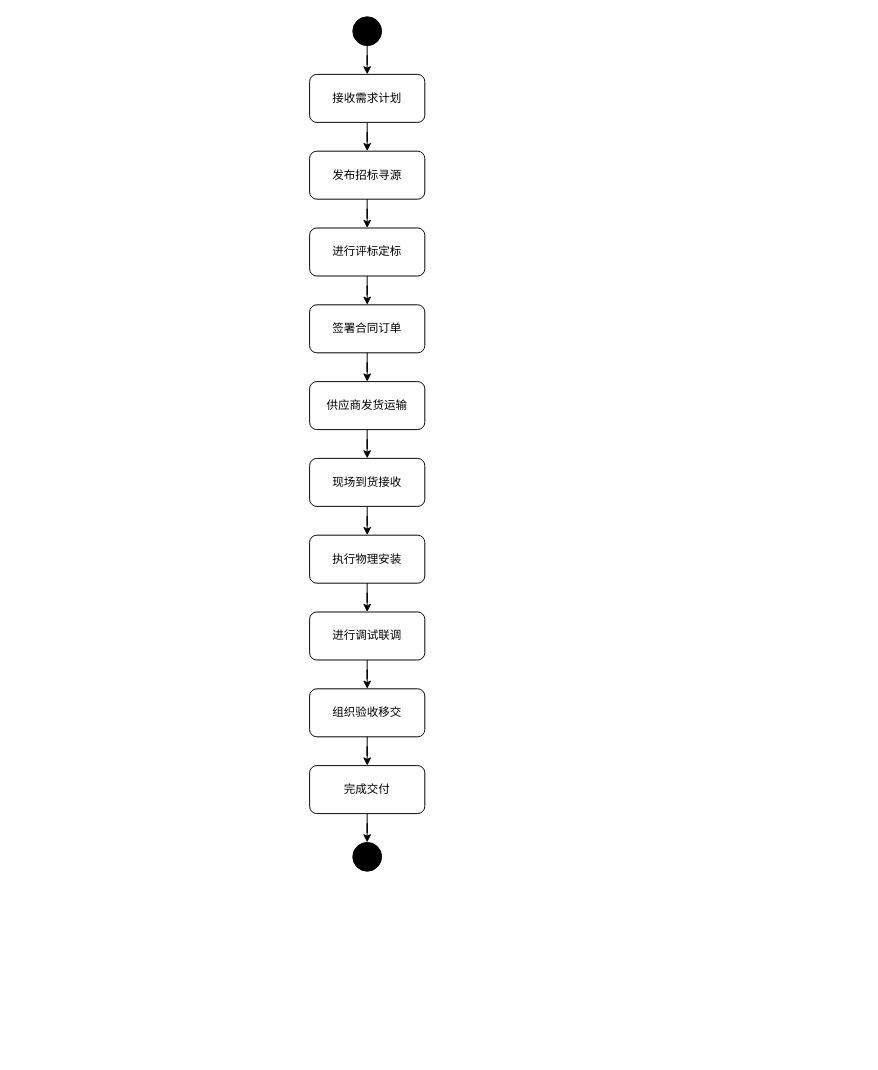
This is work/final/采购交付全流程活动图.drawio from CoKoii/Study, a draw.io file, before an edit. Source tidied: cells renumbered, new cells numbered last; positions are measured from the earlier drawing's top-left corner, leaving out a move shared by most shapes. Both pictures are drawn from the tidied source at 96%, with x=0, y=0 at pixel (309, 16).
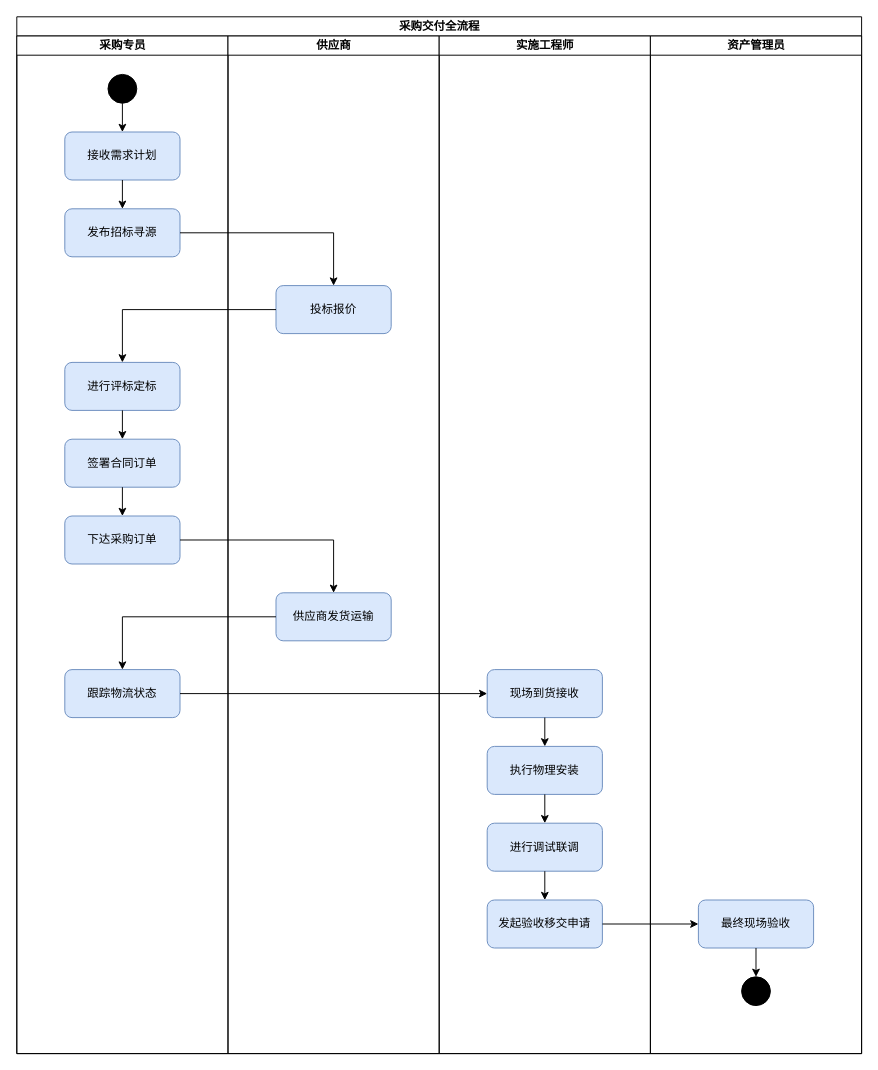
After the change.

Commit message:
feat: 重构采购交付流程图，优化泳道和节点布局

Change to the diagram source:
```diff
@@
+    <mxCell id="25" value="采购交付全流程" style="swimlane;startSize=20;horizontal=1;html=1;" parent="1" vertex="1">
+      <mxGeometry x="-305" width="880" height="1080" as="geometry" />
+    </mxCell>
+    <mxCell id="26" value="采购专员" style="swimlane;startSize=20;html=1;" parent="25" vertex="1">
+      <mxGeometry y="20" width="220" height="1060" as="geometry" />
+    </mxCell>
+    <mxCell id="27" value="供应商" style="swimlane;startSize=20;html=1;" parent="25" vertex="1">
+      <mxGeometry x="220" y="20" width="220" height="1060" as="geometry" />
+    </mxCell>
+    <mxCell id="28" value="实施工程师" style="swimlane;startSize=20;html=1;" parent="25" vertex="1">
+      <mxGeometry x="440" y="20" width="220" height="1060" as="geometry" />
+    </mxCell>
+    <mxCell id="29" value="资产管理员" style="swimlane;startSize=20;html=1;" parent="25" vertex="1">
+      <mxGeometry x="660" y="20" width="220" height="1060" as="geometry" />
+    </mxCell>
-    <mxCell id="2" style="ellipse;whiteSpace=wrap;html=1;fillColor=#000000;" parent="1" vertex="1">
-      <mxGeometry x="45" width="30" height="30" as="geometry" />
+    <mxCell id="2" style="ellipse;whiteSpace=wrap;html=1;fillColor=#000000;" parent="26" vertex="1">
+      <mxGeometry x="95" y="40" width="30" height="30" as="geometry" />
     </mxCell>
-    <mxCell id="3" value="接收需求计划" style="rounded=1;whiteSpace=wrap;html=1;" parent="1" vertex="1">
-      <mxGeometry y="60" width="120" height="50" as="geometry" />
+    <mxCell id="3" value="接收需求计划" style="rounded=1;whiteSpace=wrap;html=1;fillColor=#dae8fc;strokeColor=#6c8ebf;" parent="26" vertex="1">
+      <mxGeometry x="50" y="100" width="120" height="50" as="geometry" />
     </mxCell>
-    <mxCell id="4" value="发布招标寻源" style="rounded=1;whiteSpace=wrap;html=1;" parent="1" vertex="1">
-      <mxGeometry y="140" width="120" height="50" as="geometry" />
+    <mxCell id="4" value="发布招标寻源" style="rounded=1;whiteSpace=wrap;html=1;fillColor=#dae8fc;strokeColor=#6c8ebf;" parent="26" vertex="1">
+      <mxGeometry x="50" y="180" width="120" height="50" as="geometry" />
     </mxCell>
-    <mxCell id="5" value="进行评标定标" style="rounded=1;whiteSpace=wrap;html=1;" parent="1" vertex="1">
-      <mxGeometry y="220" width="120" height="50" as="geometry" />
+    <mxCell id="5" value="进行评标定标" style="rounded=1;whiteSpace=wrap;html=1;fillColor=#dae8fc;strokeColor=#6c8ebf;" parent="26" vertex="1">
+      <mxGeometry x="50" y="340" width="120" height="50" as="geometry" />
     </mxCell>
-    <mxCell id="6" value="签署合同订单" style="rounded=1;whiteSpace=wrap;html=1;" parent="1" vertex="1">
-      <mxGeometry y="300" width="120" height="50" as="geometry" />
+    <mxCell id="6" value="签署合同订单" style="rounded=1;whiteSpace=wrap;html=1;fillColor=#dae8fc;strokeColor=#6c8ebf;" parent="26" vertex="1">
+      <mxGeometry x="50" y="420" width="120" height="50" as="geometry" />
     </mxCell>
+    <mxCell id="30" value="下达采购订单" style="rounded=1;whiteSpace=wrap;html=1;fillColor=#dae8fc;strokeColor=#6c8ebf;" parent="26" vertex="1">
+      <mxGeometry x="50" y="500" width="120" height="50" as="geometry" />
+    </mxCell>
+    <mxCell id="31" value="跟踪物流状态" style="rounded=1;whiteSpace=wrap;html=1;fillColor=#dae8fc;strokeColor=#6c8ebf;" parent="26" vertex="1">
+      <mxGeometry x="50" y="660" width="120" height="50" as="geometry" />
+    </mxCell>
+    <mxCell id="32" value="投标报价" style="rounded=1;whiteSpace=wrap;html=1;fillColor=#dae8fc;strokeColor=#6c8ebf;" parent="27" vertex="1">
+      <mxGeometry x="50" y="260" width="120" height="50" as="geometry" />
+    </mxCell>
-    <mxCell id="7" value="供应商发货运输" style="rounded=1;whiteSpace=wrap;html=1;" parent="1" vertex="1">
-      <mxGeometry y="380" width="120" height="50" as="geometry" />
+    <mxCell id="7" value="供应商发货运输" style="rounded=1;whiteSpace=wrap;html=1;fillColor=#dae8fc;strokeColor=#6c8ebf;" parent="27" vertex="1">
+      <mxGeometry x="50" y="580" width="120" height="50" as="geometry" />
     </mxCell>
-    <mxCell id="8" value="现场到货接收" style="rounded=1;whiteSpace=wrap;html=1;" parent="1" vertex="1">
-      <mxGeometry y="460" width="120" height="50" as="geometry" />
+    <mxCell id="8" value="现场到货接收" style="rounded=1;whiteSpace=wrap;html=1;fillColor=#dae8fc;strokeColor=#6c8ebf;" parent="28" vertex="1">
+      <mxGeometry x="50" y="660" width="120" height="50" as="geometry" />
     </mxCell>
-    <mxCell id="9" value="执行物理安装" style="rounded=1;whiteSpace=wrap;html=1;" parent="1" vertex="1">
-      <mxGeometry y="540" width="120" height="50" as="geometry" />
+    <mxCell id="9" value="执行物理安装" style="rounded=1;whiteSpace=wrap;html=1;fillColor=#dae8fc;strokeColor=#6c8ebf;" parent="28" vertex="1">
+      <mxGeometry x="50" y="740" width="120" height="50" as="geometry" />
     </mxCell>
-    <mxCell id="10" value="进行调试联调" style="rounded=1;whiteSpace=wrap;html=1;" parent="1" vertex="1">
-      <mxGeometry y="620" width="120" height="50" as="geometry" />
+    <mxCell id="10" value="进行调试联调" style="rounded=1;whiteSpace=wrap;html=1;fillColor=#dae8fc;strokeColor=#6c8ebf;" parent="28" vertex="1">
+      <mxGeometry x="50" y="820" width="120" height="50" as="geometry" />
     </mxCell>
-    <mxCell id="11" value="组织验收移交" style="rounded=1;whiteSpace=wrap;html=1;" parent="1" vertex="1">
-      <mxGeometry y="700" width="120" height="50" as="geometry" />
-    </mxCell>
-    <mxCell id="12" value="完成交付" style="rounded=1;whiteSpace=wrap;html=1;" parent="1" vertex="1">
-      <mxGeometry y="780" width="120" height="50" as="geometry" />
-    </mxCell>
+    <mxCell id="33" value="发起验收移交申请" style="rounded=1;whiteSpace=wrap;html=1;fillColor=#dae8fc;strokeColor=#6c8ebf;" parent="28" vertex="1">
+      <mxGeometry x="50" y="900" width="120" height="50" as="geometry" />
+    </mxCell>
+    <mxCell id="34" value="最终现场验收" style="rounded=1;whiteSpace=wrap;html=1;fillColor=#dae8fc;strokeColor=#6c8ebf;" parent="29" vertex="1">
+      <mxGeometry x="50" y="900" width="120" height="50" as="geometry" />
+    </mxCell>
-    <mxCell id="13" style="ellipse;shape=doubleEllipse;whiteSpace=wrap;html=1;fillColor=#000000;strokeColor=#000000;" parent="1" vertex="1">
-      <mxGeometry x="45" y="860" width="30" height="30" as="geometry" />
+    <mxCell id="13" style="ellipse;shape=doubleEllipse;whiteSpace=wrap;html=1;fillColor=#000000;strokeColor=#000000;" parent="29" vertex="1">
+      <mxGeometry x="95" y="980" width="30" height="30" as="geometry" />
     </mxCell>
-    <mxCell id="14" style="edgeStyle=orthogonalEdgeStyle;rounded=0;jettySize=auto;html=1;" parent="1" edge="1" source="2" target="3">
+    <mxCell id="14" style="edgeStyle=orthogonalEdgeStyle;rounded=0;html=1;" parent="25" edge="1" source="2" target="3">
       <mxGeometry relative="1" as="geometry" />
     </mxCell>
-    <mxCell id="15" style="edgeStyle=orthogonalEdgeStyle;rounded=0;jettySize=auto;html=1;" parent="1" edge="1" source="3" target="4">
+    <mxCell id="15" style="edgeStyle=orthogonalEdgeStyle;rounded=0;html=1;" parent="25" edge="1" source="3" target="4">
       <mxGeometry relative="1" as="geometry" />
     </mxCell>
-    <mxCell id="16" style="edgeStyle=orthogonalEdgeStyle;rounded=0;jettySize=auto;html=1;" parent="1" edge="1" source="4" target="5">
-      <mxGeometry relative="1" as="geometry" />
-    </mxCell>
+    <mxCell id="35" style="edgeStyle=orthogonalEdgeStyle;rounded=0;html=1;" parent="25" edge="1" source="4" target="32">
+      <mxGeometry relative="1" as="geometry" />
+    </mxCell>
+    <mxCell id="36" style="edgeStyle=orthogonalEdgeStyle;rounded=0;html=1;" parent="25" edge="1" source="32" target="5">
+      <mxGeometry relative="1" as="geometry" />
+    </mxCell>
-    <mxCell id="17" style="edgeStyle=orthogonalEdgeStyle;rounded=0;jettySize=auto;html=1;" parent="1" edge="1" source="5" target="6">
+    <mxCell id="17" style="edgeStyle=orthogonalEdgeStyle;rounded=0;html=1;" parent="25" edge="1" source="5" target="6">
       <mxGeometry relative="1" as="geometry" />
     </mxCell>
-    <mxCell id="18" style="edgeStyle=orthogonalEdgeStyle;rounded=0;jettySize=auto;html=1;" parent="1" edge="1" source="6" target="7">
-      <mxGeometry relative="1" as="geometry" />
-    </mxCell>
-    <mxCell id="19" style="edgeStyle=orthogonalEdgeStyle;rounded=0;jettySize=auto;html=1;" parent="1" edge="1" source="7" target="8">
-      <mxGeometry relative="1" as="geometry" />
-    </mxCell>
+    <mxCell id="37" style="edgeStyle=orthogonalEdgeStyle;rounded=0;html=1;" parent="25" edge="1" source="6" target="30">
+      <mxGeometry relative="1" as="geometry" />
+    </mxCell>
+    <mxCell id="38" style="edgeStyle=orthogonalEdgeStyle;rounded=0;html=1;" parent="25" edge="1" source="30" target="7">
+      <mxGeometry relative="1" as="geometry" />
+    </mxCell>
+    <mxCell id="39" style="edgeStyle=orthogonalEdgeStyle;rounded=0;html=1;" parent="25" edge="1" source="7" target="31">
+      <mxGeometry relative="1" as="geometry" />
+    </mxCell>
+    <mxCell id="40" style="edgeStyle=orthogonalEdgeStyle;rounded=0;html=1;" parent="25" edge="1" source="31" target="8">
+      <mxGeometry relative="1" as="geometry" />
+    </mxCell>
-    <mxCell id="20" style="edgeStyle=orthogonalEdgeStyle;rounded=0;jettySize=auto;html=1;" parent="1" edge="1" source="8" target="9">
+    <mxCell id="20" style="edgeStyle=orthogonalEdgeStyle;rounded=0;html=1;" parent="25" edge="1" source="8" target="9">
       <mxGeometry relative="1" as="geometry" />
     </mxCell>
-    <mxCell id="21" style="edgeStyle=orthogonalEdgeStyle;rounded=0;jettySize=auto;html=1;" parent="1" edge="1" source="9" target="10">
+    <mxCell id="21" style="edgeStyle=orthogonalEdgeStyle;rounded=0;html=1;" parent="25" edge="1" source="9" target="10">
       <mxGeometry relative="1" as="geometry" />
     </mxCell>
-    <mxCell id="22" style="edgeStyle=orthogonalEdgeStyle;rounded=0;jettySize=auto;html=1;" parent="1" edge="1" source="10" target="11">
-      <mxGeometry relative="1" as="geometry" />
-    </mxCell>
-    <mxCell id="23" style="edgeStyle=orthogonalEdgeStyle;rounded=0;jettySize=auto;html=1;" parent="1" edge="1" source="11" target="12">
-      <mxGeometry relative="1" as="geometry" />
-    </mxCell>
-    <mxCell id="24" style="edgeStyle=orthogonalEdgeStyle;rounded=0;jettySize=auto;html=1;" parent="1" edge="1" source="12" target="13">
-      <mxGeometry relative="1" as="geometry" />
-    </mxCell>
+    <mxCell id="41" style="edgeStyle=orthogonalEdgeStyle;rounded=0;html=1;" parent="25" edge="1" source="10" target="33">
+      <mxGeometry relative="1" as="geometry" />
+    </mxCell>
+    <mxCell id="42" style="edgeStyle=orthogonalEdgeStyle;rounded=0;html=1;" parent="25" edge="1" source="33" target="34">
+      <mxGeometry relative="1" as="geometry" />
+    </mxCell>
+    <mxCell id="43" style="edgeStyle=orthogonalEdgeStyle;rounded=0;html=1;" parent="25" edge="1" source="34" target="13">
+      <mxGeometry relative="1" as="geometry" />
+    </mxCell>
```
